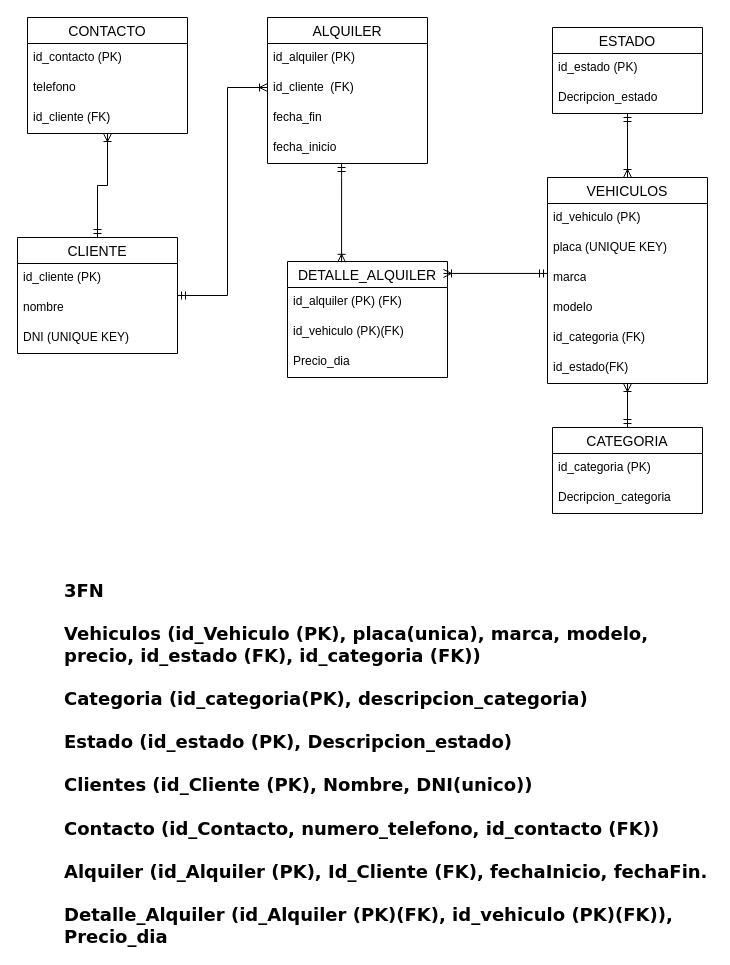
AlexSRS96/PROY_SIST_ALQUILER_VEHICULOS keeps this draw.io diagram as 1 Modelado y Digramas/Diagrama ER.drawio. Above is the earlier version. Source tidied: cells renumbered, new cells numbered last; positions are measured from the earlier drawing's top-left corner, leaving out a move shared by most shapes. Both pictures are drawn from the tidied source at 100%, with x=0, y=0 at pixel (17, 17).
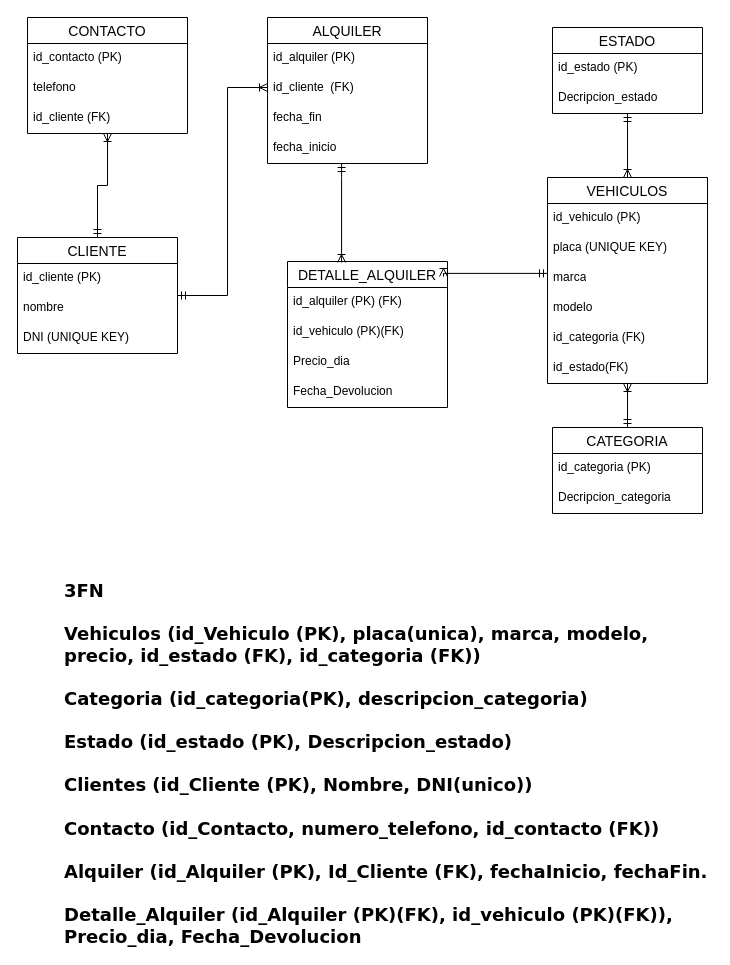
The same diagram, later.

Commit message (it also covers changes not shown here):
(Actualizacion) Se agrego campo a Tabla Detalles

The edit, as a diff of the source:
```diff
@@
     <mxCell id="24" value="DETALLE_ALQUILER" style="swimlane;fontStyle=0;horizontal=1;startSize=26;align=center;fontSize=14;" parent="1" vertex="1">
-      <mxGeometry x="270" y="244" width="160" height="116" as="geometry" />
+      <mxGeometry x="270" y="244" width="160" height="146" as="geometry" />
     </mxCell>
@@
+    <mxCell id="39" value="&lt;div&gt;Fecha_Devolucion&lt;/div&gt;" style="text;strokeColor=none;fillColor=none;spacingLeft=4;spacingRight=4;overflow=hidden;fontSize=12;whiteSpace=wrap;html=1;" parent="24" vertex="1">
+      <mxGeometry y="116" width="160" height="30" as="geometry" />
+    </mxCell>
@@
-    <mxCell id="38" value="&lt;div&gt;&lt;font style=&quot;font-size: 18px;&quot; face=&quot;Verdana&quot;&gt;&lt;b&gt;3FN&lt;/b&gt;&lt;/font&gt;&lt;/div&gt;&lt;font style=&quot;font-size: 18px;&quot; face=&quot;Verdana&quot;&gt;&lt;b&gt;&lt;div&gt;&lt;font style=&quot;font-size: 18px;&quot; face=&quot;Verdana&quot;&gt;&lt;b&gt;&lt;br&gt;&lt;/b&gt;&lt;/font&gt;&lt;/div&gt;Vehiculos (id_Vehiculo (PK), placa(unica), marca, modelo, precio, id_estado (FK), id_categoria (FK))&lt;/b&gt;&lt;/font&gt;&lt;div&gt;&lt;font style=&quot;font-size: 18px;&quot; face=&quot;Verdana&quot;&gt;&lt;b&gt;&lt;br&gt;&lt;/b&gt;&lt;/font&gt;&lt;/div&gt;&lt;div&gt;&lt;font style=&quot;font-size: 18px;&quot; face=&quot;Verdana&quot;&gt;&lt;b&gt;Categoria (id_categoria(PK), descripcion_categoria)&lt;/b&gt;&lt;/font&gt;&lt;/div&gt;&lt;div&gt;&lt;font style=&quot;font-size: 18px;&quot; face=&quot;Verdana&quot;&gt;&lt;b&gt;&lt;br&gt;&lt;/b&gt;&lt;/font&gt;&lt;/div&gt;&lt;div&gt;&lt;font style=&quot;font-size: 18px;&quot; face=&quot;Verdana&quot;&gt;&lt;b&gt;Estado (id_estado (PK), Descripcion_estado)&lt;br&gt;&lt;br&gt;Clientes (id_Cliente (PK), Nombre, DNI(unico))&lt;br&gt;&lt;br&gt;Contacto (id_Contacto, numero_telefono, id_contacto (FK))&lt;br&gt;&lt;br&gt;Alquiler (id_Alquiler (PK), Id_Cliente (FK), fechaInicio, fechaFin.&lt;br&gt;&lt;br&gt;Detalle_Alquiler (id_Alquiler (PK)(FK), id_vehiculo (PK)(FK)), Precio_dia&lt;/b&gt;&lt;/font&gt;&lt;/div&gt;" style="text;whiteSpace=wrap;html=1;" parent="1" vertex="1">
+    <mxCell id="38" value="&lt;div&gt;&lt;font style=&quot;font-size: 18px;&quot; face=&quot;Verdana&quot;&gt;&lt;b&gt;3FN&lt;/b&gt;&lt;/font&gt;&lt;/div&gt;&lt;font style=&quot;font-size: 18px;&quot; face=&quot;Verdana&quot;&gt;&lt;b&gt;&lt;div&gt;&lt;font style=&quot;font-size: 18px;&quot; face=&quot;Verdana&quot;&gt;&lt;b&gt;&lt;br&gt;&lt;/b&gt;&lt;/font&gt;&lt;/div&gt;Vehiculos (id_Vehiculo (PK), placa(unica), marca, modelo, precio, id_estado (FK), id_categoria (FK))&lt;/b&gt;&lt;/font&gt;&lt;div&gt;&lt;font style=&quot;font-size: 18px;&quot; face=&quot;Verdana&quot;&gt;&lt;b&gt;&lt;br&gt;&lt;/b&gt;&lt;/font&gt;&lt;/div&gt;&lt;div&gt;&lt;font style=&quot;font-size: 18px;&quot; face=&quot;Verdana&quot;&gt;&lt;b&gt;Categoria (id_categoria(PK), descripcion_categoria)&lt;/b&gt;&lt;/font&gt;&lt;/div&gt;&lt;div&gt;&lt;font style=&quot;font-size: 18px;&quot; face=&quot;Verdana&quot;&gt;&lt;b&gt;&lt;br&gt;&lt;/b&gt;&lt;/font&gt;&lt;/div&gt;&lt;div&gt;&lt;font style=&quot;font-size: 18px;&quot; face=&quot;Verdana&quot;&gt;&lt;b&gt;Estado (id_estado (PK), Descripcion_estado)&lt;br&gt;&lt;br&gt;Clientes (id_Cliente (PK), Nombre, DNI(unico))&lt;br&gt;&lt;br&gt;Contacto (id_Contacto, numero_telefono, id_contacto (FK))&lt;br&gt;&lt;br&gt;Alquiler (id_Alquiler (PK), Id_Cliente (FK), fechaInicio, fechaFin.&lt;br&gt;&lt;br&gt;Detalle_Alquiler (id_Alquiler (PK)(FK), id_vehiculo (PK)(FK)), Precio_dia, Fecha_Devolucion&lt;/b&gt;&lt;/font&gt;&lt;/div&gt;" style="text;whiteSpace=wrap;html=1;" parent="1" vertex="1">
       <mxGeometry x="45" y="556" width="650" height="300" as="geometry" />
     </mxCell>
```
